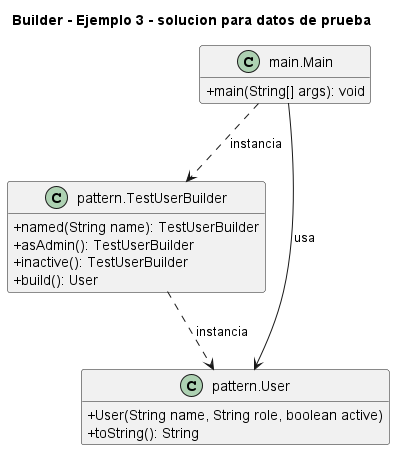
Before: 1. Creacionales/Builder/Ejemplo 3 - solucion para datos de prueba/UML.png, a diagram exported from PlantUML (NicoCG32/Patrones-de-Software-y-Programacion-UCN). Its diagram source:
```plantuml
@startuml
title Builder - Ejemplo 3 - solucion para datos de prueba
skinparam classAttributeIconSize 0
hide empty fields
class "main.Main" as main_Main {
  +main(String[] args): void
}
class "pattern.TestUserBuilder" as pattern_TestUserBuilder {
  +named(String name): TestUserBuilder
  +asAdmin(): TestUserBuilder
  +inactive(): TestUserBuilder
  +build(): User
}
class "pattern.User" as pattern_User {
  +User(String name, String role, boolean active)
  +toString(): String
}
main_Main ..> pattern_TestUserBuilder : instancia
main_Main --> pattern_User : usa
pattern_TestUserBuilder ..> pattern_User : instancia
@enduml
```
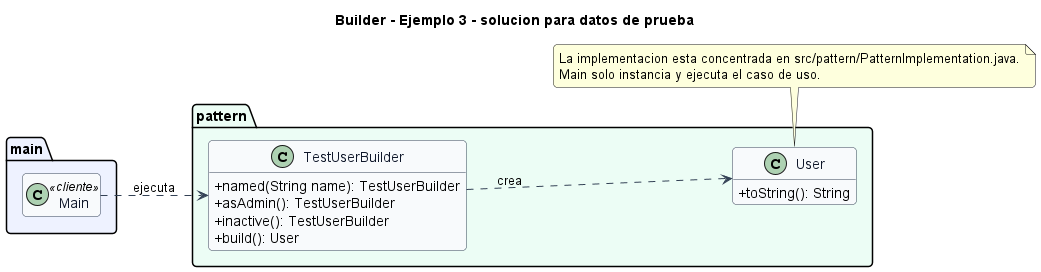
After the change.

Change to the diagram source:
```diff
@@ -1,21 +1,39 @@
 @startuml
 title Builder - Ejemplo 3 - solucion para datos de prueba
+left to right direction
+skinparam backgroundColor #FFFFFF
+skinparam shadowing false
+skinparam roundcorner 8
 skinparam classAttributeIconSize 0
-hide empty fields
-class "main.Main" as main_Main {
-  +main(String[] args): void
+skinparam class {
+  BackgroundColor #F8FAFC
+  BorderColor #334155
+  ArrowColor #334155
+  FontColor #0F172A
 }
-class "pattern.TestUserBuilder" as pattern_TestUserBuilder {
-  +named(String name): TestUserBuilder
-  +asAdmin(): TestUserBuilder
-  +inactive(): TestUserBuilder
-  +build(): User
+hide empty members
+
+package "main" #EEF2FF {
+  class Main <<cliente>>
 }
-class "pattern.User" as pattern_User {
-  +User(String name, String role, boolean active)
-  +toString(): String
+
+package "pattern" #ECFDF5 {
+  class TestUserBuilder {
+    +named(String name): TestUserBuilder
+    +asAdmin(): TestUserBuilder
+    +inactive(): TestUserBuilder
+    +build(): User
+  }
+  class User {
+    +toString(): String
+  }
 }
-main_Main ..> pattern_TestUserBuilder : instancia
-main_Main --> pattern_User : usa
-pattern_TestUserBuilder ..> pattern_User : instancia
+
+TestUserBuilder ..> User : crea
+Main ..> TestUserBuilder : ejecuta
+
+note bottom
+La implementacion esta concentrada en src/pattern/PatternImplementation.java.
+Main solo instancia y ejecuta el caso de uso.
+end note
 @enduml
```
